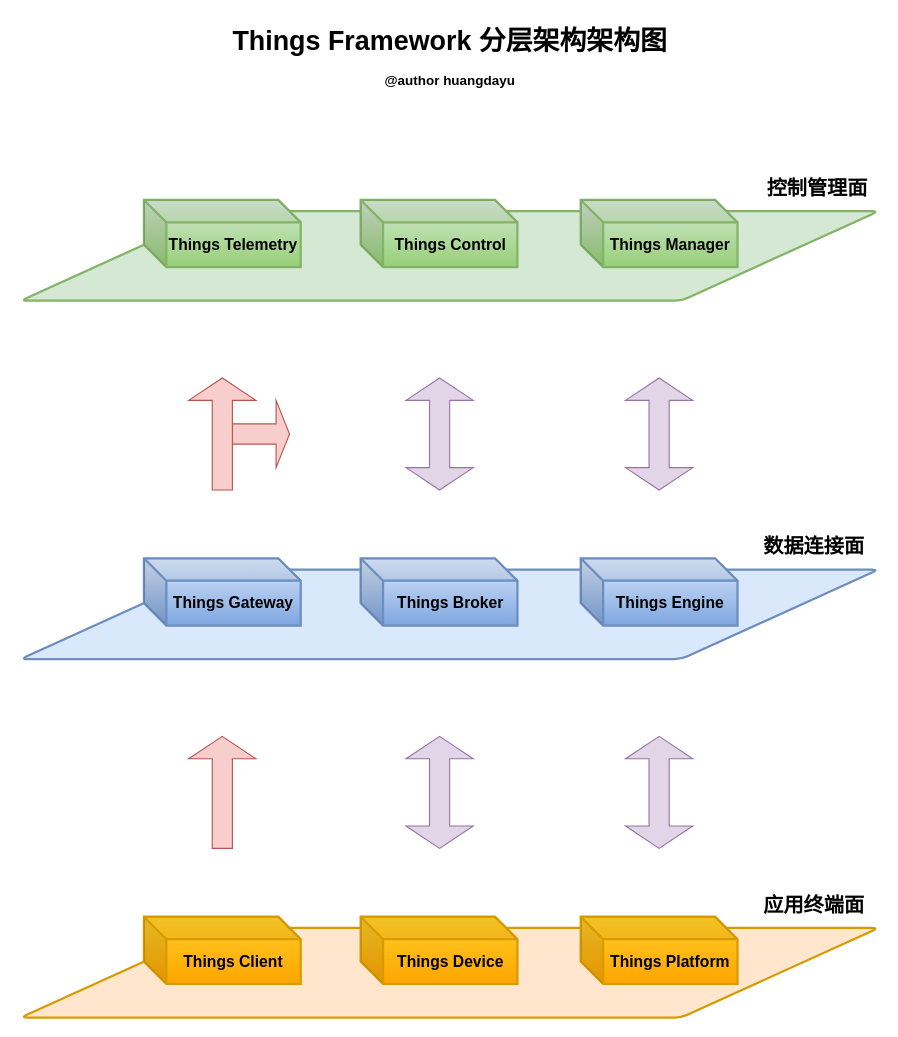
Above: document/drawio/Things Framework 分层架构架构图.drawio in HuangDayu/things-framework (draw.io), before the change. Source tidied: cells renumbered, new cells numbered last; positions are measured from the earlier drawing's top-left corner, leaving out a move shared by most shapes. Both pictures are drawn from the tidied source at 112%, with x=0, y=0 at pixel (20, 19).
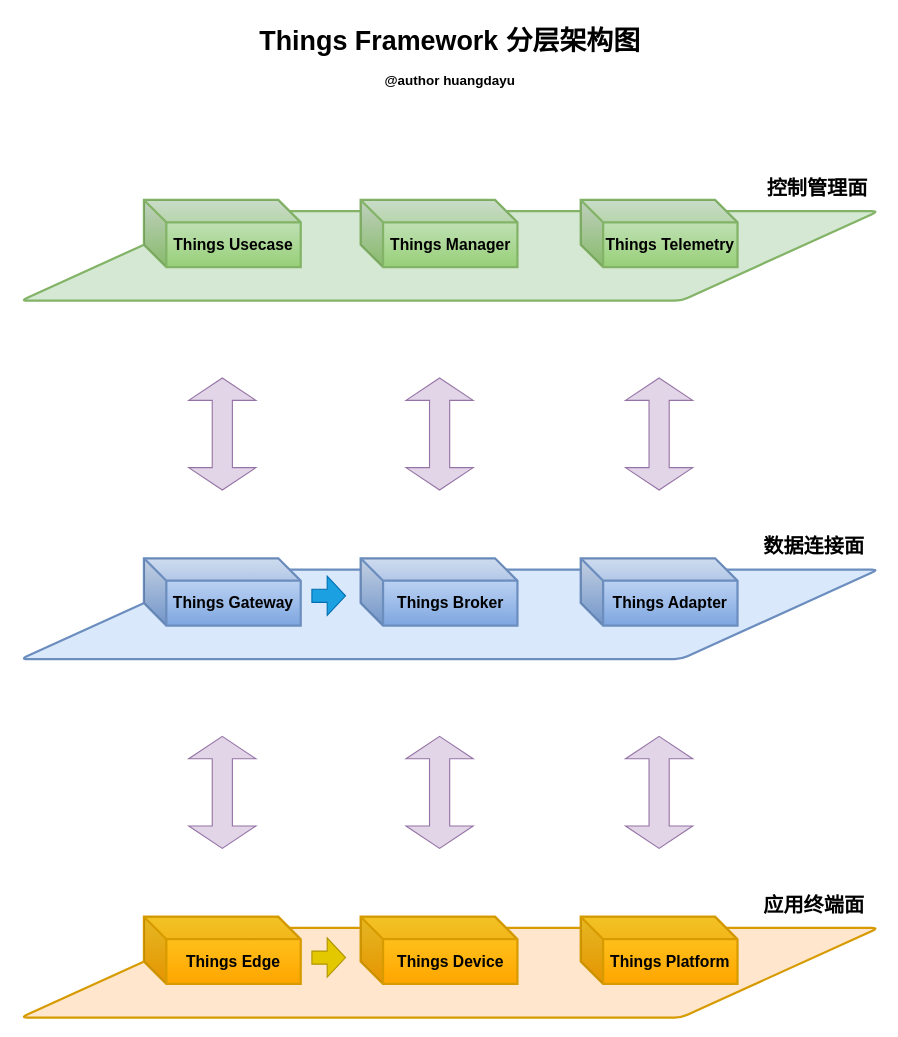
After the change.

Change to the diagram source:
```diff
@@
-    <mxCell id="6" value="&lt;b&gt;&lt;font style=&quot;font-size: 14px;&quot;&gt;Things Engine&lt;/font&gt;&lt;/b&gt;" style="shape=cube;whiteSpace=wrap;html=1;boundedLbl=1;backgroundOutline=1;darkOpacity=0.05;darkOpacity2=0.1;strokeWidth=2;fillColor=#dae8fc;gradientColor=#7ea6e0;strokeColor=#6c8ebf;" parent="1" vertex="1">
+    <mxCell id="6" value="&lt;b&gt;&lt;font style=&quot;font-size: 14px;&quot;&gt;Things Adapter&lt;/font&gt;&lt;/b&gt;" style="shape=cube;whiteSpace=wrap;html=1;boundedLbl=1;backgroundOutline=1;darkOpacity=0.05;darkOpacity2=0.1;strokeWidth=2;fillColor=#dae8fc;gradientColor=#7ea6e0;strokeColor=#6c8ebf;" parent="1" vertex="1">
       <mxGeometry x="500" y="481" width="140" height="60" as="geometry" />
     </mxCell>
@@
-    <mxCell id="9" value="&lt;b&gt;&lt;font style=&quot;font-size: 14px;&quot;&gt;Things T&lt;/font&gt;&lt;/b&gt;&lt;span style=&quot;font-size: 14px;&quot;&gt;&lt;b&gt;elemetry&lt;/b&gt;&lt;/span&gt;" style="shape=cube;whiteSpace=wrap;html=1;boundedLbl=1;backgroundOutline=1;darkOpacity=0.05;darkOpacity2=0.1;strokeWidth=2;fillColor=#d5e8d4;gradientColor=#97d077;strokeColor=#82b366;" parent="1" vertex="1">
+    <mxCell id="9" value="&lt;b&gt;&lt;font style=&quot;font-size: 14px;&quot;&gt;Things Usecase&lt;/font&gt;&lt;/b&gt;" style="shape=cube;whiteSpace=wrap;html=1;boundedLbl=1;backgroundOutline=1;darkOpacity=0.05;darkOpacity2=0.1;strokeWidth=2;fillColor=#d5e8d4;gradientColor=#97d077;strokeColor=#82b366;" parent="1" vertex="1">
       <mxGeometry x="110" y="161" width="140" height="60" as="geometry" />
     </mxCell>
-    <mxCell id="10" value="&lt;b&gt;&lt;font style=&quot;font-size: 14px;&quot;&gt;Things Control&lt;/font&gt;&lt;/b&gt;" style="shape=cube;whiteSpace=wrap;html=1;boundedLbl=1;backgroundOutline=1;darkOpacity=0.05;darkOpacity2=0.1;strokeWidth=2;fillColor=#d5e8d4;gradientColor=#97d077;strokeColor=#82b366;" parent="1" vertex="1">
+    <mxCell id="10" value="&lt;b&gt;&lt;font style=&quot;font-size: 14px;&quot;&gt;Things Manager&lt;/font&gt;&lt;/b&gt;" style="shape=cube;whiteSpace=wrap;html=1;boundedLbl=1;backgroundOutline=1;darkOpacity=0.05;darkOpacity2=0.1;strokeWidth=2;fillColor=#d5e8d4;gradientColor=#97d077;strokeColor=#82b366;" parent="1" vertex="1">
       <mxGeometry x="303.5" y="161" width="140" height="60" as="geometry" />
     </mxCell>
-    <mxCell id="11" value="&lt;b&gt;&lt;font style=&quot;font-size: 14px;&quot;&gt;Things Manager&lt;/font&gt;&lt;/b&gt;" style="shape=cube;whiteSpace=wrap;html=1;boundedLbl=1;backgroundOutline=1;darkOpacity=0.05;darkOpacity2=0.1;strokeWidth=2;fillColor=#d5e8d4;gradientColor=#97d077;strokeColor=#82b366;" parent="1" vertex="1">
+    <mxCell id="11" value="&lt;b&gt;&lt;font style=&quot;font-size: 14px;&quot;&gt;Things&amp;nbsp;&lt;/font&gt;&lt;/b&gt;&lt;b&gt;&lt;font style=&quot;font-size: 14px;&quot;&gt;T&lt;/font&gt;&lt;/b&gt;&lt;span style=&quot;font-size: 14px;&quot;&gt;&lt;b&gt;elemetry&lt;/b&gt;&lt;/span&gt;" style="shape=cube;whiteSpace=wrap;html=1;boundedLbl=1;backgroundOutline=1;darkOpacity=0.05;darkOpacity2=0.1;strokeWidth=2;fillColor=#d5e8d4;gradientColor=#97d077;strokeColor=#82b366;" parent="1" vertex="1">
       <mxGeometry x="500" y="161" width="140" height="60" as="geometry" />
     </mxCell>
@@
-    <mxCell id="14" value="&lt;b&gt;&lt;font style=&quot;font-size: 14px;&quot;&gt;Things Client&lt;/font&gt;&lt;/b&gt;" style="shape=cube;whiteSpace=wrap;html=1;boundedLbl=1;backgroundOutline=1;darkOpacity=0.05;darkOpacity2=0.1;strokeWidth=2;fillColor=#ffcd28;strokeColor=#d79b00;gradientColor=#ffa500;" parent="1" vertex="1">
+    <mxCell id="14" value="&lt;b&gt;&lt;font style=&quot;font-size: 14px;&quot;&gt;Things Edge&lt;/font&gt;&lt;/b&gt;" style="shape=cube;whiteSpace=wrap;html=1;boundedLbl=1;backgroundOutline=1;darkOpacity=0.05;darkOpacity2=0.1;strokeWidth=2;fillColor=#ffcd28;strokeColor=#d79b00;gradientColor=#ffa500;" parent="1" vertex="1">
       <mxGeometry x="110" y="801" width="140" height="60" as="geometry" />
     </mxCell>
@@
-    <mxCell id="17" style="shape=singleArrow;direction=north;whiteSpace=wrap;html=1;fillColor=#f8cecc;strokeColor=#b85450;" parent="1" vertex="1">
-      <mxGeometry x="150" y="640" width="60" height="100" as="geometry" />
-    </mxCell>
@@
-    <mxCell id="22" style="shape=singleArrow;whiteSpace=wrap;html=1;fillColor=#f8cecc;strokeColor=#b85450;" parent="1" vertex="1">
-      <mxGeometry x="180" y="340" width="60" height="60" as="geometry" />
-    </mxCell>
-    <mxCell id="23" style="shape=singleArrow;direction=north;whiteSpace=wrap;html=1;fillColor=#f8cecc;strokeColor=#b85450;" parent="1" vertex="1">
-      <mxGeometry x="150" y="320" width="60" height="100" as="geometry" />
-    </mxCell>
-    <mxCell id="24" value="&lt;font style=&quot;font-size: 24px;&quot;&gt;&lt;b&gt;Things Framework 分层架构架构图&lt;/b&gt;&lt;/font&gt;" style="text;html=1;align=center;verticalAlign=middle;strokeColor=none;fillColor=none;" parent="1" vertex="1">
-      <mxGeometry x="178" width="410" height="40" as="geometry" />
+    <mxCell id="24" value="&lt;font style=&quot;font-size: 24px;&quot;&gt;&lt;b&gt;Things Framework 分层架构图&lt;/b&gt;&lt;/font&gt;" style="text;html=1;align=center;verticalAlign=middle;strokeColor=none;fillColor=none;" parent="1" vertex="1">
+      <mxGeometry x="203" width="360" height="40" as="geometry" />
     </mxCell>
@@
+    <mxCell id="26" style="shape=doubleArrow;direction=south;whiteSpace=wrap;html=1;fillColor=#e1d5e7;strokeColor=#9673a6;" parent="1" vertex="1">
+      <mxGeometry x="150" y="320" width="60" height="100" as="geometry" />
+    </mxCell>
+    <mxCell id="27" style="shape=doubleArrow;direction=south;whiteSpace=wrap;html=1;fillColor=#e1d5e7;strokeColor=#9673a6;" parent="1" vertex="1">
+      <mxGeometry x="150" y="640" width="60" height="100" as="geometry" />
+    </mxCell>
+    <mxCell id="28" style="shape=singleArrow;whiteSpace=wrap;html=1;arrowWidth=0.3333333333333333;arrowSize=0.5454545454545454;fillColor=#1ba1e2;fontColor=#ffffff;strokeColor=#006EAF;" parent="1" vertex="1">
+      <mxGeometry x="260" y="497" width="30" height="35" as="geometry" />
+    </mxCell>
+    <mxCell id="29" style="shape=singleArrow;whiteSpace=wrap;html=1;arrowWidth=0.3333333333333333;arrowSize=0.5454545454545454;fillColor=#e3c800;strokeColor=#B09500;fontColor=#000000;" parent="1" vertex="1">
+      <mxGeometry x="260" y="820" width="30" height="35" as="geometry" />
+    </mxCell>
```
